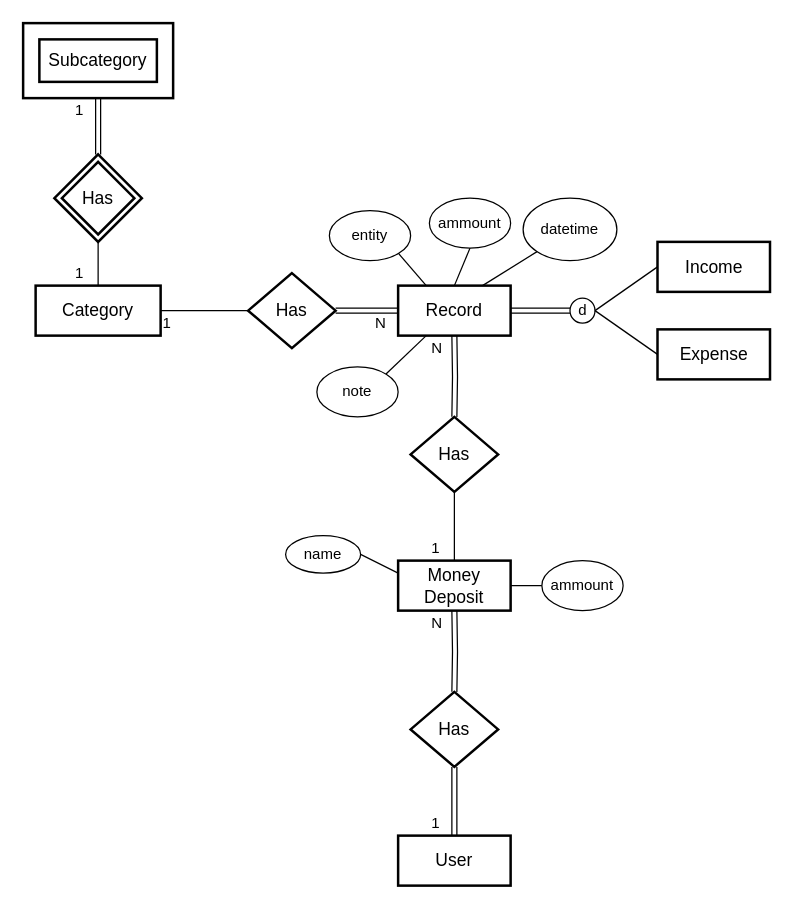
This is Entity-relation-diagram.drawio from Joao360/cashtrack-api, a draw.io file, before an edit. Source tidied: cells renumbered, new cells numbered last; positions are measured from the earlier drawing's top-left corner, leaving out a move shared by most shapes. Both pictures are drawn from the tidied source at 125%, with x=0, y=0 at pixel (22, 22).
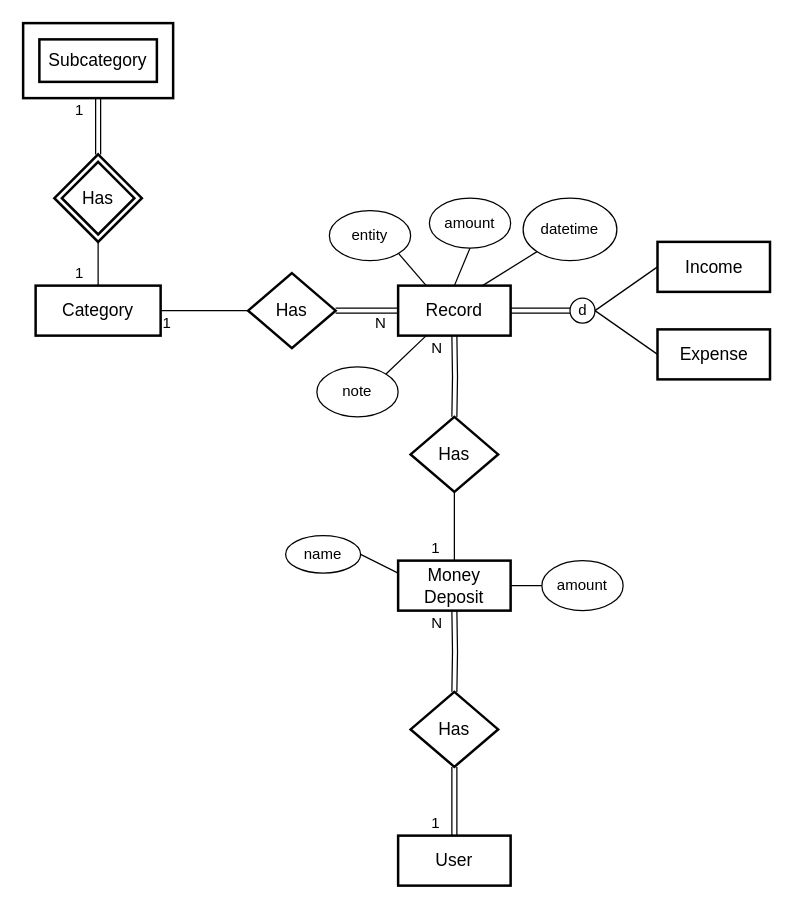
The same diagram, later.

Commit message (it also covers changes not shown here):
Fix typo and add initial_amount to MoneyDeposit

Diff of the diagram source:
```diff
@@
-    <mxCell id="23" value="ammount" style="ellipse;whiteSpace=wrap;html=1;" parent="1" vertex="1">
+    <mxCell id="23" value="amount" style="ellipse;whiteSpace=wrap;html=1;" parent="1" vertex="1">
       <mxGeometry x="325" y="140" width="65" height="40" as="geometry" />
     </mxCell>
@@
-    <mxCell id="41" value="ammount" style="ellipse;whiteSpace=wrap;html=1;" parent="1" vertex="1">
+    <mxCell id="41" value="amount" style="ellipse;whiteSpace=wrap;html=1;" parent="1" vertex="1">
       <mxGeometry x="415" y="430" width="65" height="40" as="geometry" />
     </mxCell>
```
